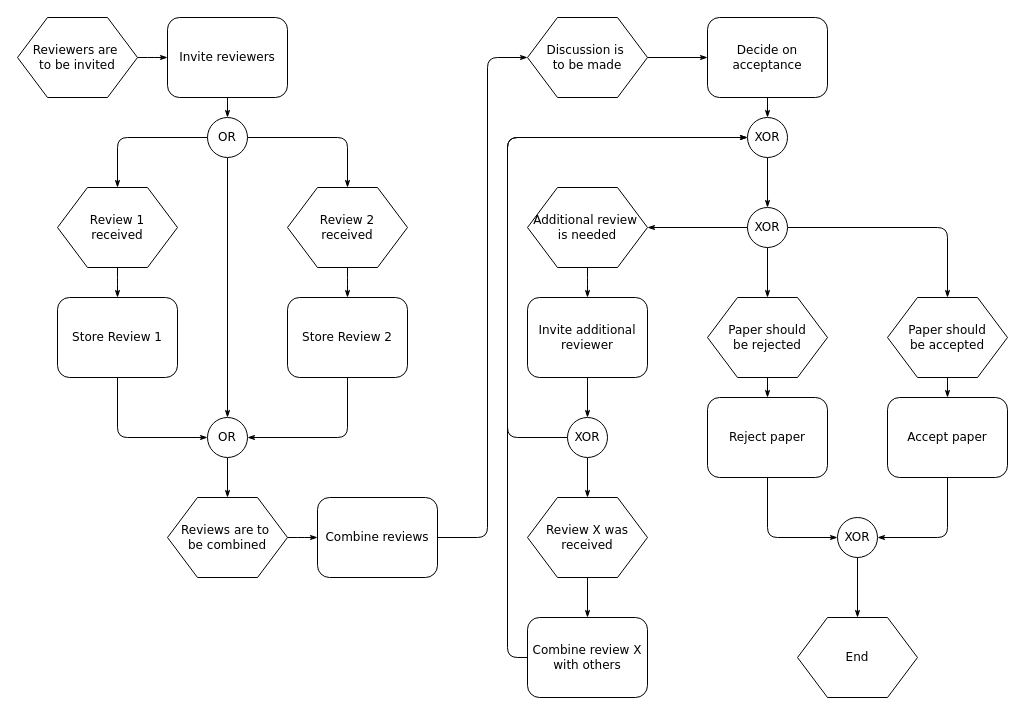
Harydhk7/diagrams keeps this draw.io diagram as Untitled Diagram.drawio. Above is the earlier version. Source tidied: cells renumbered, new cells numbered last; positions are measured from the earlier drawing's top-left corner, leaving out a move shared by most shapes. Both pictures are drawn from the tidied source at 100%, with x=0, y=0 at pixel (17, 17).
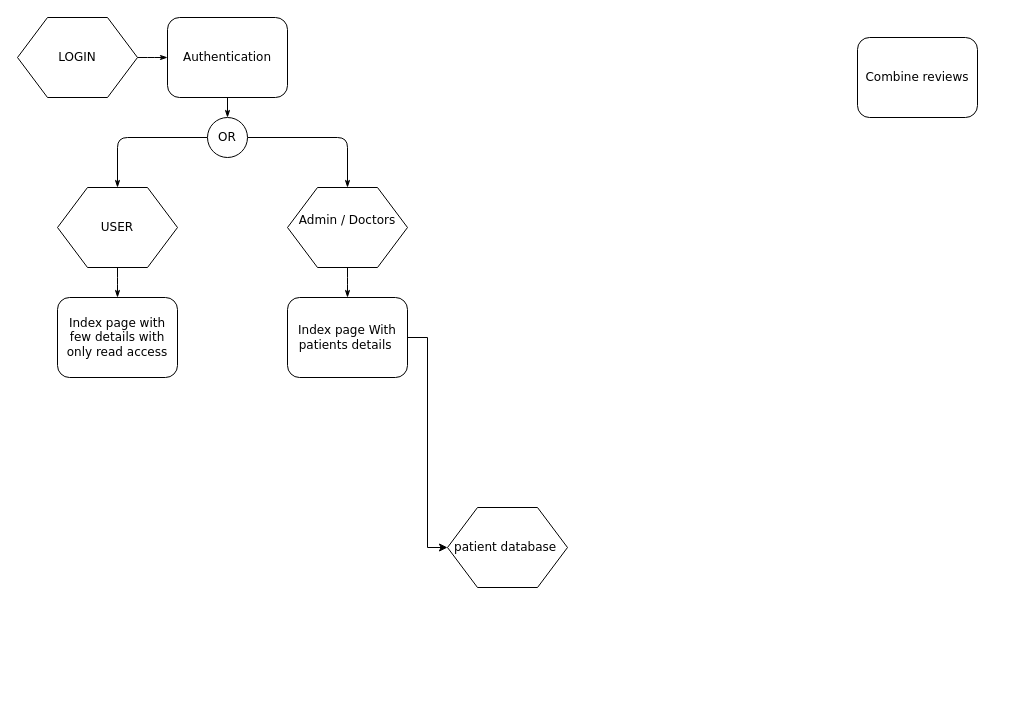
After the change.

Unchanged cells that the change refers to:
```xml
<mxCell id="9" value="OR" style="ellipse;whiteSpace=wrap;html=1;rounded=1;shadow=0;labelBackgroundColor=none;strokeWidth=1;fontFamily=Verdana;fontSize=12;align=center;" parent="1" vertex="1">
  <mxGeometry x="190" y="100" width="40" height="40" as="geometry" />
</mxCell>
```

What changed in the source:
```diff
@@
-    <mxCell id="3" value="Reviewers are&amp;nbsp;&lt;div&gt;to&amp;nbsp;&lt;span&gt;be invited&lt;/span&gt;&lt;/div&gt;" style="shape=hexagon;perimeter=hexagonPerimeter;whiteSpace=wrap;html=1;rounded=0;shadow=0;labelBackgroundColor=none;strokeWidth=1;fontFamily=Verdana;fontSize=12;align=center;" parent="1" vertex="1">
+    <mxCell id="3" value="LOGIN" style="shape=hexagon;perimeter=hexagonPerimeter;whiteSpace=wrap;html=1;rounded=0;shadow=0;labelBackgroundColor=none;strokeWidth=1;fontFamily=Verdana;fontSize=12;align=center;" parent="1" vertex="1">
       <mxGeometry width="120" height="80" as="geometry" />
     </mxCell>
@@
-    <mxCell id="5" value="Invite reviewers" style="rounded=1;whiteSpace=wrap;html=1;shadow=0;labelBackgroundColor=none;strokeWidth=1;fontFamily=Verdana;fontSize=12;align=center;" parent="1" vertex="1">
+    <mxCell id="5" value="Authentication" style="rounded=1;whiteSpace=wrap;html=1;shadow=0;labelBackgroundColor=none;strokeWidth=1;fontFamily=Verdana;fontSize=12;align=center;" parent="1" vertex="1">
       <mxGeometry x="150" width="120" height="80" as="geometry" />
     </mxCell>
@@
-    <mxCell id="8" style="edgeStyle=orthogonalEdgeStyle;rounded=1;html=1;labelBackgroundColor=none;startArrow=none;startFill=0;startSize=5;endArrow=classicThin;endFill=1;endSize=5;jettySize=auto;strokeWidth=1;fontFamily=Verdana;fontSize=12;" parent="1" edge="1" source="9" target="19">
-      <mxGeometry relative="1" as="geometry" />
-    </mxCell>
@@
-    <mxCell id="11" value="Review 1&lt;div&gt;received&lt;/div&gt;" style="shape=hexagon;perimeter=hexagonPerimeter;whiteSpace=wrap;html=1;rounded=0;shadow=0;labelBackgroundColor=none;strokeWidth=1;fontFamily=Verdana;fontSize=12;align=center;" parent="1" vertex="1">
+    <mxCell id="11" value="USER" style="shape=hexagon;perimeter=hexagonPerimeter;whiteSpace=wrap;html=1;rounded=0;shadow=0;labelBackgroundColor=none;strokeWidth=1;fontFamily=Verdana;fontSize=12;align=center;" parent="1" vertex="1">
       <mxGeometry x="40" y="170" width="120" height="80" as="geometry" />
     </mxCell>
@@
-    <mxCell id="13" value="Review 2&lt;div&gt;received&lt;/div&gt;" style="shape=hexagon;perimeter=hexagonPerimeter;whiteSpace=wrap;html=1;rounded=0;shadow=0;labelBackgroundColor=none;strokeWidth=1;fontFamily=Verdana;fontSize=12;align=center;" parent="1" vertex="1">
+    <mxCell id="13" value="Admin / Doctors&lt;div&gt;&lt;br&gt;&lt;/div&gt;" style="shape=hexagon;perimeter=hexagonPerimeter;whiteSpace=wrap;html=1;rounded=0;shadow=0;labelBackgroundColor=none;strokeWidth=1;fontFamily=Verdana;fontSize=12;align=center;" parent="1" vertex="1">
       <mxGeometry x="270" y="170" width="120" height="80" as="geometry" />
     </mxCell>
-    <mxCell id="14" style="edgeStyle=orthogonalEdgeStyle;rounded=1;html=1;labelBackgroundColor=none;startArrow=none;startFill=0;startSize=5;endArrow=classicThin;endFill=1;endSize=5;jettySize=auto;strokeWidth=1;fontFamily=Verdana;fontSize=8;" parent="1" edge="1" source="15" target="19">
-      <mxGeometry relative="1" as="geometry">
-        <Array as="points">
-          <mxPoint x="100" y="420" />
-        </Array>
-      </mxGeometry>
-    </mxCell>
-    <mxCell id="15" value="Store Review 1" style="rounded=1;whiteSpace=wrap;html=1;shadow=0;labelBackgroundColor=none;strokeWidth=1;fontFamily=Verdana;fontSize=12;align=center;" parent="1" vertex="1">
+    <mxCell id="15" value="Index page with few details with only read access" style="rounded=1;whiteSpace=wrap;html=1;shadow=0;labelBackgroundColor=none;strokeWidth=1;fontFamily=Verdana;fontSize=12;align=center;" parent="1" vertex="1">
       <mxGeometry x="40" y="280" width="120" height="80" as="geometry" />
     </mxCell>
-    <mxCell id="16" style="edgeStyle=orthogonalEdgeStyle;rounded=1;html=1;labelBackgroundColor=none;startArrow=none;startFill=0;startSize=5;endArrow=classicThin;endFill=1;endSize=5;jettySize=auto;strokeWidth=1;fontFamily=Verdana;fontSize=8;" parent="1" edge="1" source="17" target="19">
-      <mxGeometry relative="1" as="geometry">
-        <Array as="points">
-          <mxPoint x="330" y="420" />
-        </Array>
-      </mxGeometry>
-    </mxCell>
+    <mxCell id="56" style="edgeStyle=orthogonalEdgeStyle;rounded=0;jettySize=auto;html=1;exitX=1;exitY=0.5;exitDx=0;exitDy=0;entryX=0;entryY=0.5;entryDx=0;entryDy=0;" parent="1" edge="1" source="17" target="21">
+      <mxGeometry relative="1" as="geometry" />
+    </mxCell>
-    <mxCell id="17" value="Store Review 2" style="rounded=1;whiteSpace=wrap;html=1;shadow=0;labelBackgroundColor=none;strokeWidth=1;fontFamily=Verdana;fontSize=12;align=center;" parent="1" vertex="1">
+    <mxCell id="17" value="Index page With patients details&amp;nbsp;" style="rounded=1;whiteSpace=wrap;html=1;shadow=0;labelBackgroundColor=none;strokeWidth=1;fontFamily=Verdana;fontSize=12;align=center;" parent="1" vertex="1">
       <mxGeometry x="270" y="280" width="120" height="80" as="geometry" />
     </mxCell>
-    <mxCell id="18" style="edgeStyle=orthogonalEdgeStyle;rounded=1;html=1;labelBackgroundColor=none;startArrow=none;startFill=0;startSize=5;endArrow=classicThin;endFill=1;endSize=5;jettySize=auto;strokeWidth=1;fontFamily=Verdana;fontSize=8;" parent="1" edge="1" source="19" target="21">
-      <mxGeometry relative="1" as="geometry" />
-    </mxCell>
-    <mxCell id="19" value="OR" style="ellipse;whiteSpace=wrap;html=1;rounded=1;shadow=0;labelBackgroundColor=none;strokeWidth=1;fontFamily=Verdana;fontSize=12;align=center;" parent="1" vertex="1">
-      <mxGeometry x="190" y="400" width="40" height="40" as="geometry" />
-    </mxCell>
-    <mxCell id="20" style="edgeStyle=orthogonalEdgeStyle;rounded=1;html=1;labelBackgroundColor=none;startArrow=none;startFill=0;startSize=5;endArrow=classicThin;endFill=1;endSize=5;jettySize=auto;strokeWidth=1;fontFamily=Verdana;fontSize=8;" parent="1" edge="1" source="21" target="23">
-      <mxGeometry relative="1" as="geometry" />
-    </mxCell>
-    <mxCell id="21" value="Reviews are to&amp;nbsp;&lt;div&gt;be combined&lt;/div&gt;" style="shape=hexagon;perimeter=hexagonPerimeter;whiteSpace=wrap;html=1;rounded=0;shadow=0;labelBackgroundColor=none;strokeWidth=1;fontFamily=Verdana;fontSize=12;align=center;" parent="1" vertex="1">
-      <mxGeometry x="150" y="480" width="120" height="80" as="geometry" />
+    <mxCell id="21" value="patient database&amp;nbsp;" style="shape=hexagon;perimeter=hexagonPerimeter;whiteSpace=wrap;html=1;rounded=0;shadow=0;labelBackgroundColor=none;strokeWidth=1;fontFamily=Verdana;fontSize=12;align=center;" parent="1" vertex="1">
+      <mxGeometry x="430" y="490" width="120" height="80" as="geometry" />
     </mxCell>
-    <mxCell id="22" style="edgeStyle=orthogonalEdgeStyle;rounded=1;html=1;labelBackgroundColor=none;startArrow=none;startFill=0;startSize=5;endArrow=classicThin;endFill=1;endSize=5;jettySize=auto;strokeWidth=1;fontFamily=Verdana;fontSize=8;" parent="1" edge="1" source="23" target="25">
-      <mxGeometry relative="1" as="geometry">
-        <Array as="points">
-          <mxPoint x="470" y="520" />
-          <mxPoint x="470" y="40" />
-        </Array>
-      </mxGeometry>
-    </mxCell>
     <mxCell id="23" value="Combine reviews" style="rounded=1;whiteSpace=wrap;html=1;shadow=0;labelBackgroundColor=none;strokeWidth=1;fontFamily=Verdana;fontSize=12;align=center;" parent="1" vertex="1">
-      <mxGeometry x="300" y="480" width="120" height="80" as="geometry" />
+      <mxGeometry x="840" y="20" width="120" height="80" as="geometry" />
     </mxCell>
-    <mxCell id="24" style="edgeStyle=orthogonalEdgeStyle;rounded=1;html=1;labelBackgroundColor=none;startArrow=none;startFill=0;startSize=5;endArrow=classicThin;endFill=1;endSize=5;jettySize=auto;strokeWidth=1;fontFamily=Verdana;fontSize=8;" parent="1" edge="1" source="25" target="27">
-      <mxGeometry relative="1" as="geometry" />
-    </mxCell>
-    <mxCell id="25" value="Discussion is&amp;nbsp;&lt;div&gt;to be made&lt;/div&gt;" style="shape=hexagon;perimeter=hexagonPerimeter;whiteSpace=wrap;html=1;rounded=0;shadow=0;labelBackgroundColor=none;strokeWidth=1;fontFamily=Verdana;fontSize=12;align=center;" parent="1" vertex="1">
-      <mxGeometry x="510" width="120" height="80" as="geometry" />
-    </mxCell>
-    <mxCell id="26" style="edgeStyle=orthogonalEdgeStyle;rounded=1;html=1;labelBackgroundColor=none;startArrow=none;startFill=0;startSize=5;endArrow=classicThin;endFill=1;endSize=5;jettySize=auto;strokeWidth=1;fontFamily=Verdana;fontSize=8;" parent="1" edge="1" source="27" target="29">
-      <mxGeometry relative="1" as="geometry" />
-    </mxCell>
-    <mxCell id="27" value="Decide on acceptance" style="rounded=1;whiteSpace=wrap;html=1;shadow=0;labelBackgroundColor=none;strokeWidth=1;fontFamily=Verdana;fontSize=12;align=center;" parent="1" vertex="1">
-      <mxGeometry x="690" width="120" height="80" as="geometry" />
-    </mxCell>
-    <mxCell id="28" style="edgeStyle=orthogonalEdgeStyle;rounded=1;html=1;labelBackgroundColor=none;startArrow=none;startFill=0;startSize=5;endArrow=classicThin;endFill=1;endSize=5;jettySize=auto;strokeColor=#000000;strokeWidth=1;fontFamily=Verdana;fontSize=8;fontColor=#000000;" parent="1" edge="1" source="29" target="35">
-      <mxGeometry relative="1" as="geometry" />
-    </mxCell>
-    <mxCell id="29" value="XOR" style="ellipse;whiteSpace=wrap;html=1;rounded=1;shadow=0;labelBackgroundColor=none;strokeWidth=1;fontFamily=Verdana;fontSize=12;align=center;" parent="1" vertex="1">
-      <mxGeometry x="730" y="100" width="40" height="40" as="geometry" />
-    </mxCell>
-    <mxCell id="30" style="edgeStyle=orthogonalEdgeStyle;rounded=1;html=1;labelBackgroundColor=none;startArrow=none;startFill=0;startSize=5;endArrow=classicThin;endFill=1;endSize=5;jettySize=auto;strokeWidth=1;fontFamily=Verdana;fontSize=8;" parent="1" edge="1" source="31" target="37">
-      <mxGeometry relative="1" as="geometry" />
-    </mxCell>
-    <mxCell id="31" value="Additional review&amp;nbsp;&lt;div&gt;is needed&lt;/div&gt;" style="shape=hexagon;perimeter=hexagonPerimeter;whiteSpace=wrap;html=1;rounded=0;shadow=0;labelBackgroundColor=none;strokeWidth=1;fontFamily=Verdana;fontSize=12;align=center;" parent="1" vertex="1">
-      <mxGeometry x="510" y="170" width="120" height="80" as="geometry" />
-    </mxCell>
-    <mxCell id="32" style="edgeStyle=orthogonalEdgeStyle;rounded=1;html=1;labelBackgroundColor=none;startArrow=none;startFill=0;startSize=5;endArrow=classicThin;endFill=1;endSize=5;jettySize=auto;strokeColor=#000000;strokeWidth=1;fontFamily=Verdana;fontSize=8;fontColor=#000000;" parent="1" edge="1" source="35" target="39">
-      <mxGeometry relative="1" as="geometry" />
-    </mxCell>
-    <mxCell id="33" style="edgeStyle=orthogonalEdgeStyle;rounded=1;html=1;labelBackgroundColor=none;startArrow=none;startFill=0;startSize=5;endArrow=classicThin;endFill=1;endSize=5;jettySize=auto;strokeColor=#000000;strokeWidth=1;fontFamily=Verdana;fontSize=8;fontColor=#000000;" parent="1" edge="1" source="35" target="41">
-      <mxGeometry relative="1" as="geometry" />
-    </mxCell>
-    <mxCell id="34" style="edgeStyle=orthogonalEdgeStyle;rounded=1;html=1;labelBackgroundColor=none;startArrow=none;startFill=0;startSize=5;endArrow=classicThin;endFill=1;endSize=5;jettySize=auto;strokeColor=#000000;strokeWidth=1;fontFamily=Verdana;fontSize=8;fontColor=#000000;" parent="1" edge="1" source="35" target="31">
-      <mxGeometry relative="1" as="geometry" />
-    </mxCell>
-    <mxCell id="35" value="XOR" style="ellipse;whiteSpace=wrap;html=1;rounded=1;shadow=0;labelBackgroundColor=none;strokeWidth=1;fontFamily=Verdana;fontSize=12;align=center;" parent="1" vertex="1">
-      <mxGeometry x="730" y="190" width="40" height="40" as="geometry" />
-    </mxCell>
-    <mxCell id="36" style="edgeStyle=orthogonalEdgeStyle;rounded=1;html=1;labelBackgroundColor=none;startArrow=none;startFill=0;startSize=5;endArrow=classicThin;endFill=1;endSize=5;jettySize=auto;strokeWidth=1;fontFamily=Verdana;fontSize=8;" parent="1" edge="1" source="37" target="44">
-      <mxGeometry relative="1" as="geometry" />
-    </mxCell>
-    <mxCell id="37" value="Invite additional reviewer" style="rounded=1;whiteSpace=wrap;html=1;shadow=0;labelBackgroundColor=none;strokeWidth=1;fontFamily=Verdana;fontSize=12;align=center;" parent="1" vertex="1">
-      <mxGeometry x="510" y="280" width="120" height="80" as="geometry" />
-    </mxCell>
-    <mxCell id="38" style="edgeStyle=orthogonalEdgeStyle;rounded=1;html=1;labelBackgroundColor=none;startArrow=none;startFill=0;startSize=5;endArrow=classicThin;endFill=1;endSize=5;jettySize=auto;strokeWidth=1;fontFamily=Verdana;fontSize=8;" parent="1" edge="1" source="39" target="46">
-      <mxGeometry relative="1" as="geometry" />
-    </mxCell>
-    <mxCell id="39" value="Paper should&lt;div&gt;be rejected&lt;/div&gt;" style="shape=hexagon;perimeter=hexagonPerimeter;whiteSpace=wrap;html=1;rounded=0;shadow=0;labelBackgroundColor=none;strokeWidth=1;fontFamily=Verdana;fontSize=12;align=center;" parent="1" vertex="1">
-      <mxGeometry x="690" y="280" width="120" height="80" as="geometry" />
-    </mxCell>
-    <mxCell id="40" style="edgeStyle=orthogonalEdgeStyle;rounded=1;html=1;labelBackgroundColor=none;startArrow=none;startFill=0;startSize=5;endArrow=classicThin;endFill=1;endSize=5;jettySize=auto;strokeWidth=1;fontFamily=Verdana;fontSize=8;" parent="1" edge="1" source="41" target="48">
-      <mxGeometry relative="1" as="geometry" />
-    </mxCell>
-    <mxCell id="41" value="Paper should&lt;div&gt;be accepted&lt;/div&gt;" style="shape=hexagon;perimeter=hexagonPerimeter;whiteSpace=wrap;html=1;rounded=0;shadow=0;labelBackgroundColor=none;strokeWidth=1;fontFamily=Verdana;fontSize=12;align=center;" parent="1" vertex="1">
-      <mxGeometry x="870" y="280" width="120" height="80" as="geometry" />
-    </mxCell>
-    <mxCell id="42" style="edgeStyle=orthogonalEdgeStyle;rounded=1;html=1;labelBackgroundColor=none;startArrow=none;startFill=0;startSize=5;endArrow=classicThin;endFill=1;endSize=5;jettySize=auto;strokeWidth=1;fontFamily=Verdana;fontSize=8;" parent="1" edge="1" source="44" target="50">
-      <mxGeometry relative="1" as="geometry" />
-    </mxCell>
-    <mxCell id="43" style="edgeStyle=orthogonalEdgeStyle;rounded=1;html=1;labelBackgroundColor=none;startArrow=none;startFill=0;startSize=5;endArrow=classicThin;endFill=1;endSize=5;jettySize=auto;strokeWidth=1;fontFamily=Verdana;fontSize=8;" parent="1" edge="1" source="44" target="29">
-      <mxGeometry relative="1" as="geometry">
-        <Array as="points">
-          <mxPoint x="490" y="420" />
-          <mxPoint x="490" y="120" />
-        </Array>
-      </mxGeometry>
-    </mxCell>
-    <mxCell id="44" value="XOR" style="ellipse;whiteSpace=wrap;html=1;rounded=1;shadow=0;labelBackgroundColor=none;strokeWidth=1;fontFamily=Verdana;fontSize=12;align=center;" parent="1" vertex="1">
-      <mxGeometry x="550" y="400" width="40" height="40" as="geometry" />
-    </mxCell>
-    <mxCell id="45" style="edgeStyle=orthogonalEdgeStyle;rounded=1;html=1;labelBackgroundColor=none;startArrow=none;startFill=0;startSize=5;endArrow=classicThin;endFill=1;endSize=5;jettySize=auto;strokeWidth=1;fontFamily=Verdana;fontSize=8;" parent="1" edge="1" source="46" target="52">
-      <mxGeometry relative="1" as="geometry">
-        <Array as="points">
-          <mxPoint x="750" y="520" />
-        </Array>
-      </mxGeometry>
-    </mxCell>
-    <mxCell id="46" value="Reject paper" style="rounded=1;whiteSpace=wrap;html=1;shadow=0;labelBackgroundColor=none;strokeWidth=1;fontFamily=Verdana;fontSize=12;align=center;" parent="1" vertex="1">
-      <mxGeometry x="690" y="380" width="120" height="80" as="geometry" />
-    </mxCell>
-    <mxCell id="47" style="edgeStyle=orthogonalEdgeStyle;rounded=1;html=1;labelBackgroundColor=none;startArrow=none;startFill=0;startSize=5;endArrow=classicThin;endFill=1;endSize=5;jettySize=auto;strokeWidth=1;fontFamily=Verdana;fontSize=8;" parent="1" edge="1" source="48" target="52">
-      <mxGeometry relative="1" as="geometry">
-        <Array as="points">
-          <mxPoint x="930" y="520" />
-        </Array>
-      </mxGeometry>
-    </mxCell>
-    <mxCell id="48" value="Accept paper" style="rounded=1;whiteSpace=wrap;html=1;shadow=0;labelBackgroundColor=none;strokeWidth=1;fontFamily=Verdana;fontSize=12;align=center;" parent="1" vertex="1">
-      <mxGeometry x="870" y="380" width="120" height="80" as="geometry" />
-    </mxCell>
-    <mxCell id="49" style="edgeStyle=orthogonalEdgeStyle;rounded=1;html=1;labelBackgroundColor=none;startArrow=none;startFill=0;startSize=5;endArrow=classicThin;endFill=1;endSize=5;jettySize=auto;strokeWidth=1;fontFamily=Verdana;fontSize=8;" parent="1" edge="1" source="50" target="55">
-      <mxGeometry relative="1" as="geometry" />
-    </mxCell>
-    <mxCell id="50" value="Review X was received" style="shape=hexagon;perimeter=hexagonPerimeter;whiteSpace=wrap;html=1;rounded=0;shadow=0;labelBackgroundColor=none;strokeWidth=1;fontFamily=Verdana;fontSize=12;align=center;" parent="1" vertex="1">
-      <mxGeometry x="510" y="480" width="120" height="80" as="geometry" />
-    </mxCell>
-    <mxCell id="51" style="edgeStyle=orthogonalEdgeStyle;rounded=1;html=1;labelBackgroundColor=none;startArrow=none;startFill=0;startSize=5;endArrow=classicThin;endFill=1;endSize=5;jettySize=auto;strokeWidth=1;fontFamily=Verdana;fontSize=8;" parent="1" edge="1" source="52" target="53">
-      <mxGeometry relative="1" as="geometry" />
-    </mxCell>
-    <mxCell id="52" value="XOR" style="ellipse;whiteSpace=wrap;html=1;rounded=1;shadow=0;labelBackgroundColor=none;strokeWidth=1;fontFamily=Verdana;fontSize=12;align=center;" parent="1" vertex="1">
-      <mxGeometry x="820" y="500" width="40" height="40" as="geometry" />
-    </mxCell>
-    <mxCell id="53" value="End" style="shape=hexagon;perimeter=hexagonPerimeter;whiteSpace=wrap;html=1;rounded=0;shadow=0;labelBackgroundColor=none;strokeWidth=1;fontFamily=Verdana;fontSize=12;align=center;" parent="1" vertex="1">
-      <mxGeometry x="780" y="600" width="120" height="80" as="geometry" />
-    </mxCell>
-    <mxCell id="54" style="edgeStyle=orthogonalEdgeStyle;rounded=1;html=1;labelBackgroundColor=none;startArrow=none;startFill=0;startSize=5;endArrow=classicThin;endFill=1;endSize=5;jettySize=auto;sstrokeWidth=1;fontFamily=Verdana;fontSize=8;" parent="1" edge="1" source="55" target="29">
-      <mxGeometry relative="1" as="geometry">
-        <Array as="points">
-          <mxPoint x="490" y="640" />
-          <mxPoint x="490" y="120" />
-        </Array>
-      </mxGeometry>
-    </mxCell>
-    <mxCell id="55" value="Combine review X with others" style="rounded=1;whiteSpace=wrap;html=1;shadow=0;labelBackgroundColor=none;strokeWidth=1;fontFamily=Verdana;fontSize=12;align=center;" parent="1" vertex="1">
-      <mxGeometry x="510" y="600" width="120" height="80" as="geometry" />
-    </mxCell>
```
